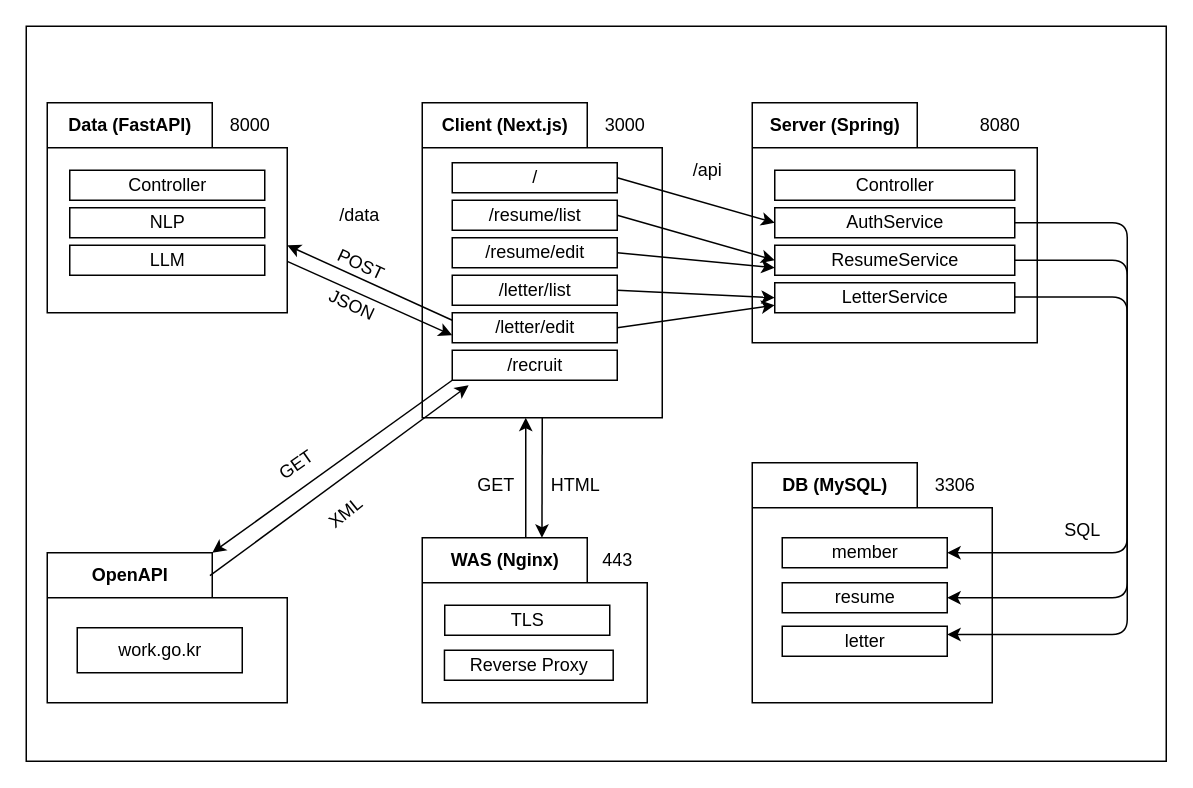
Before: docs/diagram/package-diagram.drawio in kosmo138/resumate, a draw.io diagram. Source tidied: cells renumbered, new cells numbered last; positions are measured from the earlier drawing's top-left corner, leaving out a move shared by most shapes. Both pictures are drawn from the tidied source at 150%, with x=0, y=0 at pixel (26, 26).
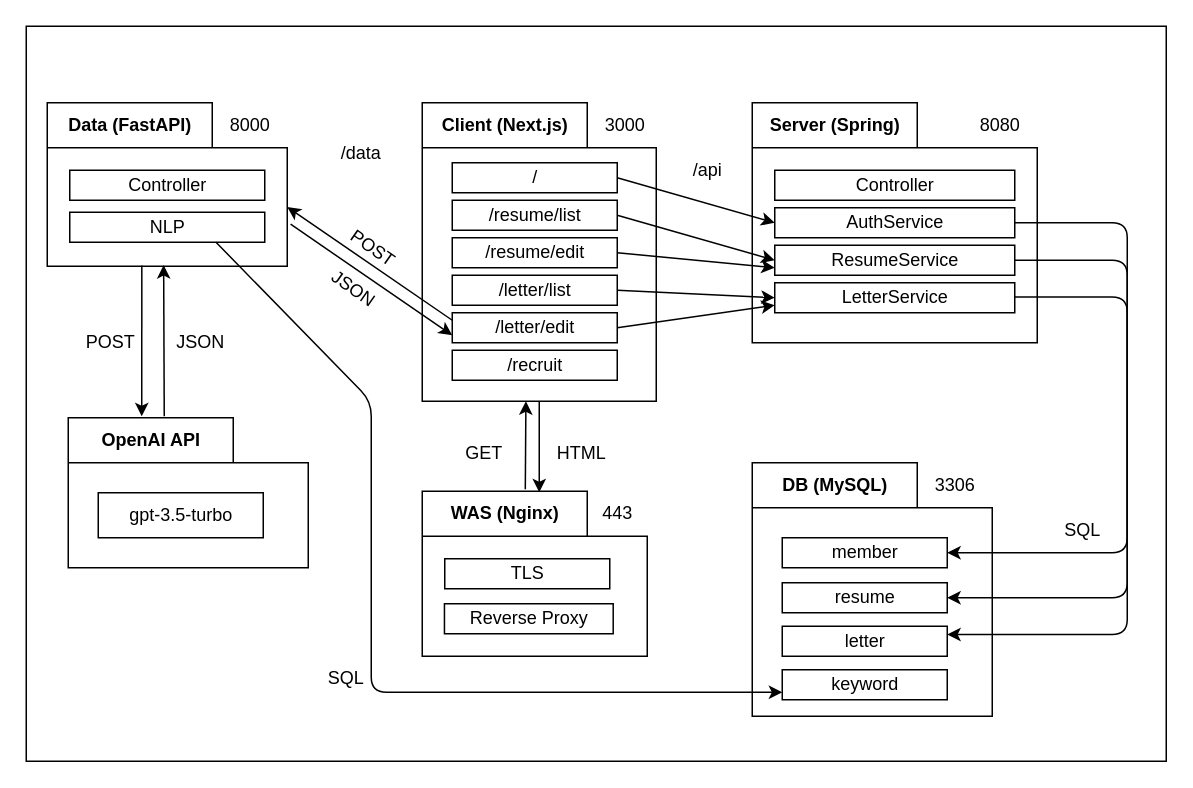
After the change.

Commit message (it also covers changes not shown here):
Docs: UML 다이어그램 최신화 (#65)

Unchanged cells that the change refers to:
```xml
<mxCell id="19" value="/letter/edit" style="html=1;" parent="12" vertex="1">
  <mxGeometry x="20" y="140" width="110" height="20" as="geometry" />
</mxCell>
<mxCell id="20" value="/recruit" style="html=1;" parent="12" vertex="1">
  <mxGeometry x="20" y="165" width="110" height="20" as="geometry" />
</mxCell>
```

The edit, as a diff of the source:
```diff
@@
+    <mxCell id="42" value="DB (MySQL)" style="shape=folder;fontStyle=1;tabWidth=110;tabHeight=30;tabPosition=left;html=1;boundedLbl=1;labelInHeader=1;" parent="1" vertex="1">
+      <mxGeometry x="484" y="291" width="160" height="169" as="geometry" />
+    </mxCell>
+    <mxCell id="43" value="member" style="html=1;" parent="42" vertex="1">
+      <mxGeometry width="110" height="20" relative="1" as="geometry">
+        <mxPoint x="20" y="50" as="offset" />
+      </mxGeometry>
+    </mxCell>
+    <mxCell id="44" value="letter" style="html=1;" parent="42" vertex="1">
+      <mxGeometry x="20" y="109" width="110" height="20" as="geometry" />
+    </mxCell>
+    <mxCell id="45" value="resume" style="html=1;" parent="42" vertex="1">
+      <mxGeometry x="20" y="80" width="110" height="20" as="geometry" />
+    </mxCell>
+    <mxCell id="46" value="3306" style="text;html=1;align=center;verticalAlign=middle;strokeColor=none;fillColor=none;" parent="42" vertex="1">
+      <mxGeometry x="110" width="50" height="30" as="geometry" />
+    </mxCell>
+    <mxCell id="56" value="keyword" style="html=1;" parent="42" vertex="1">
+      <mxGeometry x="20" y="138" width="110" height="20" as="geometry" />
+    </mxCell>
@@
-    <mxCell id="9" value="OpenAPI" style="shape=folder;fontStyle=1;tabWidth=110;tabHeight=30;tabPosition=left;html=1;boundedLbl=1;labelInHeader=1;" parent="1" vertex="1">
-      <mxGeometry x="14" y="351" width="160" height="100" as="geometry" />
+    <mxCell id="9" value="OpenAI API" style="shape=folder;fontStyle=1;tabWidth=110;tabHeight=30;tabPosition=left;html=1;boundedLbl=1;labelInHeader=1;" parent="1" vertex="1">
+      <mxGeometry x="28" y="261" width="160" height="100" as="geometry" />
     </mxCell>
-    <mxCell id="10" value="work.go.kr" style="html=1;" parent="9" vertex="1">
+    <mxCell id="10" value="gpt-3.5-turbo" style="html=1;" parent="9" vertex="1">
       <mxGeometry x="20" y="50" width="110" height="30" as="geometry" />
     </mxCell>
-    <mxCell id="11" style="edgeStyle=none;html=1;exitX=0.5;exitY=1;exitDx=0;exitDy=0;exitPerimeter=0;entryX=0.532;entryY=0;entryDx=0;entryDy=0;entryPerimeter=0;" parent="1" edge="1" source="12" target="29">
+    <mxCell id="11" style="edgeStyle=none;html=1;exitX=0.5;exitY=1;exitDx=0;exitDy=0;exitPerimeter=0;entryX=0.52;entryY=0.006;entryDx=0;entryDy=0;entryPerimeter=0;" parent="1" edge="1" source="12" target="29">
       <mxGeometry relative="1" as="geometry" />
     </mxCell>
     <mxCell id="12" value="Client (Next.js)" style="shape=folder;fontStyle=1;tabWidth=110;tabHeight=30;tabPosition=left;html=1;boundedLbl=1;labelInHeader=1;" parent="1" vertex="1">
-      <mxGeometry x="264" y="51" width="160" height="210" as="geometry" />
+      <mxGeometry x="264" y="51" width="156" height="199" as="geometry" />
     </mxCell>
@@
-    <mxCell id="22" style="edgeStyle=none;html=1;entryX=0;entryY=0.75;entryDx=0;entryDy=0;" parent="1" edge="1" source="23" target="19">
+    <mxCell id="22" style="edgeStyle=none;html=1;entryX=0;entryY=0.75;entryDx=0;entryDy=0;exitX=1.014;exitY=0.743;exitDx=0;exitDy=0;exitPerimeter=0;" parent="1" edge="1" source="23" target="19">
       <mxGeometry relative="1" as="geometry" />
     </mxCell>
     <mxCell id="23" value="Data (FastAPI)" style="shape=folder;fontStyle=1;tabWidth=110;tabHeight=30;tabPosition=left;html=1;boundedLbl=1;labelInHeader=1;" parent="1" vertex="1">
-      <mxGeometry x="14" y="51" width="160" height="140" as="geometry" />
+      <mxGeometry x="14" y="51" width="160" height="109" as="geometry" />
     </mxCell>
@@
     <mxCell id="26" value="NLP" style="html=1;" parent="23" vertex="1">
       <mxGeometry width="130" height="20" relative="1" as="geometry">
-        <mxPoint x="15" y="70" as="offset" />
+        <mxPoint x="15" y="73" as="offset" />
       </mxGeometry>
     </mxCell>
-    <mxCell id="27" value="LLM" style="html=1;" parent="23" vertex="1">
-      <mxGeometry width="130" height="20" relative="1" as="geometry">
-        <mxPoint x="15" y="95" as="offset" />
-      </mxGeometry>
-    </mxCell>
+    <mxCell id="57" style="edgeStyle=none;shape=connector;rounded=1;html=1;exitX=0.75;exitY=1;exitDx=0;exitDy=0;entryX=0;entryY=0.75;entryDx=0;entryDy=0;labelBackgroundColor=default;strokeColor=default;fontFamily=Helvetica;fontSize=11;fontColor=default;endArrow=classic;" parent="23" edge="1" source="26" target="56">
+      <mxGeometry relative="1" as="geometry">
+        <Array as="points">
+          <mxPoint x="216" y="199" />
+          <mxPoint x="216" y="393" />
+        </Array>
+      </mxGeometry>
+    </mxCell>
-    <mxCell id="28" style="edgeStyle=none;html=1;exitX=0;exitY=0;exitDx=55;exitDy=0;exitPerimeter=0;entryX=0.344;entryY=1;entryDx=0;entryDy=0;entryPerimeter=0;" parent="1" edge="1">
-      <mxGeometry relative="1" as="geometry">
-        <mxPoint x="333" y="341" as="sourcePoint" />
-        <mxPoint x="333" y="261" as="targetPoint" />
-      </mxGeometry>
+    <mxCell id="28" style="edgeStyle=none;html=1;exitX=0.458;exitY=-0.012;exitDx=0;exitDy=0;exitPerimeter=0;entryX=0.443;entryY=1;entryDx=0;entryDy=0;entryPerimeter=0;" parent="1" edge="1" source="29" target="12">
+      <mxGeometry relative="1" as="geometry" />
     </mxCell>
     <mxCell id="29" value="WAS (Nginx)" style="shape=folder;fontStyle=1;tabWidth=110;tabHeight=30;tabPosition=left;html=1;boundedLbl=1;labelInHeader=1;" parent="1" vertex="1">
-      <mxGeometry x="264" y="341" width="150" height="110" as="geometry" />
+      <mxGeometry x="264" y="310" width="150" height="110" as="geometry" />
     </mxCell>
@@
     <mxCell id="33" value="GET" style="text;html=1;align=center;verticalAlign=middle;strokeColor=none;fillColor=none;" parent="1" vertex="1">
-      <mxGeometry x="288" y="291" width="50" height="30" as="geometry" />
+      <mxGeometry x="280" y="270" width="50" height="30" as="geometry" />
     </mxCell>
-    <mxCell id="34" value="GET" style="text;html=1;align=center;verticalAlign=middle;strokeColor=none;fillColor=none;rotation=-35;" parent="1" vertex="1">
-      <mxGeometry x="155" y="278" width="50" height="30" as="geometry" />
+    <mxCell id="34" value="POST" style="text;html=1;align=center;verticalAlign=middle;strokeColor=none;fillColor=none;rotation=0;" parent="1" vertex="1">
+      <mxGeometry x="26" y="196" width="60" height="30" as="geometry" />
     </mxCell>
-    <mxCell id="35" value="XML" style="text;html=1;align=center;verticalAlign=middle;strokeColor=none;fillColor=none;rotation=-39;" parent="1" vertex="1">
-      <mxGeometry x="188" y="310" width="50" height="30" as="geometry" />
+    <mxCell id="35" value="JSON" style="text;html=1;align=center;verticalAlign=middle;strokeColor=none;fillColor=none;rotation=0;" parent="1" vertex="1">
+      <mxGeometry x="86" y="196" width="60" height="30" as="geometry" />
     </mxCell>
-    <mxCell id="36" style="edgeStyle=none;html=1;exitX=0;exitY=1;exitDx=0;exitDy=0;entryX=0;entryY=0;entryDx=110;entryDy=0;entryPerimeter=0;" parent="1" edge="1" source="20" target="9">
-      <mxGeometry relative="1" as="geometry" />
-    </mxCell>
-    <mxCell id="37" style="edgeStyle=none;html=1;exitX=0.678;exitY=0.153;exitDx=0;exitDy=0;exitPerimeter=0;entryX=0.099;entryY=1.169;entryDx=0;entryDy=0;entryPerimeter=0;" parent="1" edge="1" source="9" target="20">
-      <mxGeometry relative="1" as="geometry" />
+    <mxCell id="37" style="edgeStyle=none;html=1;entryX=0.485;entryY=0.993;entryDx=0;entryDy=0;entryPerimeter=0;" parent="1" edge="1" target="23">
+      <mxGeometry relative="1" as="geometry">
+        <mxPoint x="92" y="260" as="sourcePoint" />
+      </mxGeometry>
     </mxCell>
     <mxCell id="38" value="HTML" style="text;html=1;align=center;verticalAlign=middle;strokeColor=none;fillColor=none;" parent="1" vertex="1">
-      <mxGeometry x="336" y="291" width="60" height="30" as="geometry" />
+      <mxGeometry x="340" y="270" width="60" height="30" as="geometry" />
     </mxCell>
@@
-    <mxCell id="42" value="DB (MySQL)" style="shape=folder;fontStyle=1;tabWidth=110;tabHeight=30;tabPosition=left;html=1;boundedLbl=1;labelInHeader=1;" parent="1" vertex="1">
-      <mxGeometry x="484" y="291" width="160" height="160" as="geometry" />
-    </mxCell>
-    <mxCell id="43" value="member" style="html=1;" parent="42" vertex="1">
-      <mxGeometry width="110" height="20" relative="1" as="geometry">
-        <mxPoint x="20" y="50" as="offset" />
-      </mxGeometry>
-    </mxCell>
-    <mxCell id="44" value="letter" style="html=1;" parent="42" vertex="1">
-      <mxGeometry x="20" y="109" width="110" height="20" as="geometry" />
-    </mxCell>
-    <mxCell id="45" value="resume" style="html=1;" parent="42" vertex="1">
-      <mxGeometry x="20" y="80" width="110" height="20" as="geometry" />
-    </mxCell>
-    <mxCell id="46" value="3306" style="text;html=1;align=center;verticalAlign=middle;strokeColor=none;fillColor=none;" parent="42" vertex="1">
-      <mxGeometry x="110" width="50" height="30" as="geometry" />
-    </mxCell>
@@
-    <mxCell id="48" style="edgeStyle=none;html=1;exitX=0;exitY=0.25;exitDx=0;exitDy=0;" parent="1" edge="1" source="19">
-      <mxGeometry relative="1" as="geometry">
-        <mxPoint x="174" y="146" as="targetPoint" />
-      </mxGeometry>
+    <mxCell id="48" style="edgeStyle=none;html=1;exitX=0;exitY=0.25;exitDx=0;exitDy=0;entryX=0;entryY=0;entryDx=160;entryDy=69.5;entryPerimeter=0;" parent="1" edge="1" source="19" target="23">
+      <mxGeometry relative="1" as="geometry" />
     </mxCell>
-    <mxCell id="49" value="POST" style="text;html=1;align=center;verticalAlign=middle;strokeColor=none;fillColor=none;rotation=25;" parent="1" vertex="1">
-      <mxGeometry x="193" y="144" width="60" height="30" as="geometry" />
+    <mxCell id="49" value="POST" style="text;html=1;align=center;verticalAlign=middle;strokeColor=none;fillColor=none;rotation=35;" parent="1" vertex="1">
+      <mxGeometry x="201" y="133" width="60" height="30" as="geometry" />
     </mxCell>
@@
-    <mxCell id="53" value="JSON" style="text;html=1;align=center;verticalAlign=middle;strokeColor=none;fillColor=none;rotation=25;" parent="1" vertex="1">
-      <mxGeometry x="187" y="171" width="60" height="30" as="geometry" />
+    <mxCell id="53" value="JSON" style="text;html=1;align=center;verticalAlign=middle;strokeColor=none;fillColor=none;rotation=35;" parent="1" vertex="1">
+      <mxGeometry x="188" y="160" width="60" height="30" as="geometry" />
     </mxCell>
@@
     <mxCell id="55" value="/data" style="text;html=1;align=center;verticalAlign=middle;strokeColor=none;fillColor=none;" parent="1" vertex="1">
-      <mxGeometry x="197" y="111" width="50" height="30" as="geometry" />
+      <mxGeometry x="198" y="70" width="50" height="30" as="geometry" />
     </mxCell>
+    <mxCell id="58" style="edgeStyle=none;html=1;exitX=0.394;exitY=0.995;exitDx=0;exitDy=0;exitPerimeter=0;" parent="1" edge="1" source="23">
+      <mxGeometry relative="1" as="geometry">
+        <mxPoint x="77" y="260" as="targetPoint" />
+      </mxGeometry>
+    </mxCell>
+    <mxCell id="59" value="SQL" style="text;html=1;align=center;verticalAlign=middle;strokeColor=none;fillColor=none;" parent="1" vertex="1">
+      <mxGeometry x="188" y="420" width="50" height="30" as="geometry" />
+    </mxCell>
```
